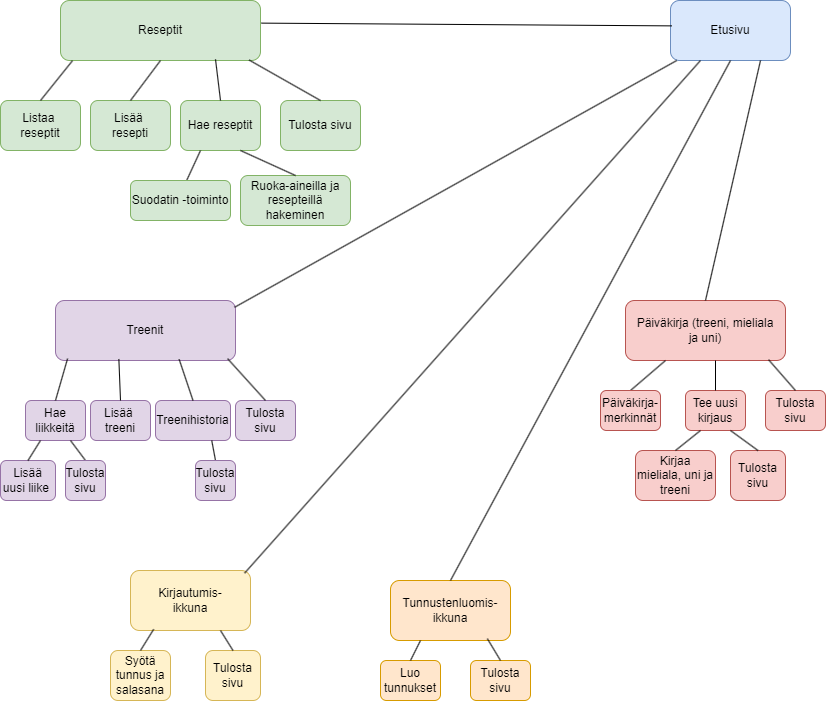
Above: Sisältökartta.drawio.png in PinjaCare/Projektity-n-kaaviot (draw.io), before the change. Source tidied: cells renumbered, new cells last; positions are measured from the earlier drawing's top-left corner, leaving out a move shared by most shapes.
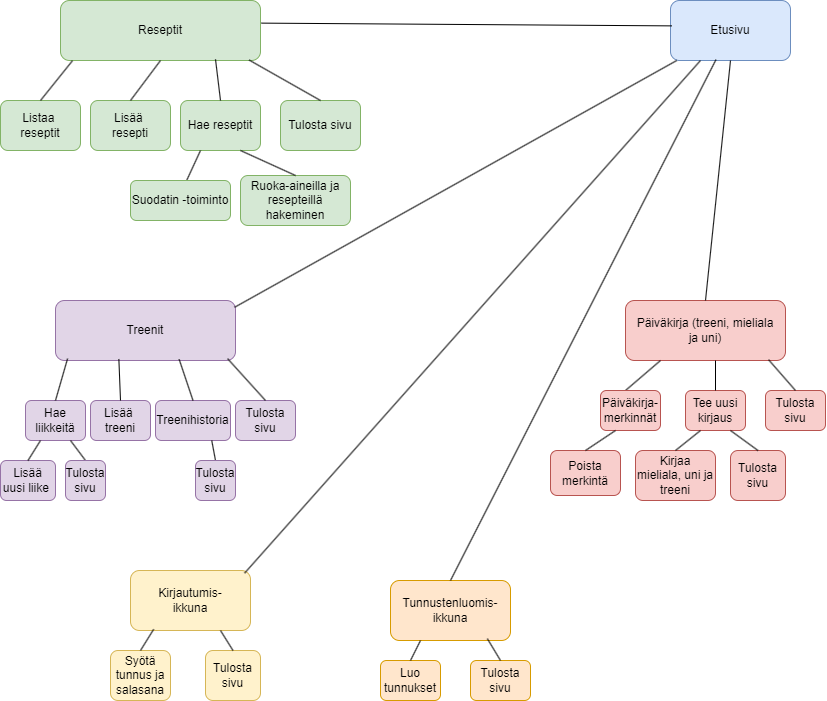
Above is the later version.

What changed in the source:
```diff
@@ -98,7 +98,7 @@
     <mxCell id="33" style="endArrow=none;html=1;rounded=0;entryX=0.995;entryY=0.113;entryDx=0;entryDy=0;entryPerimeter=0;" parent="1" edge="1" source="2" target="6">
       <mxGeometry relative="1" as="geometry" />
     </mxCell>
-    <mxCell id="34" style="endArrow=none;html=1;rounded=0;exitX=0.75;exitY=1;exitDx=0;exitDy=0;entryX=0.5;entryY=0;entryDx=0;entryDy=0;" parent="1" edge="1" source="2" target="5">
+    <mxCell id="34" style="endArrow=none;html=1;rounded=0;exitX=0.5;exitY=1;exitDx=0;exitDy=0;entryX=0.5;entryY=0;entryDx=0;entryDy=0;" parent="1" edge="1" source="2" target="5">
       <mxGeometry relative="1" as="geometry" />
     </mxCell>
     <mxCell id="35" style="endArrow=none;html=1;rounded=0;exitX=0.5;exitY=0;exitDx=0;exitDy=0;entryX=0.956;entryY=0.969;entryDx=0;entryDy=0;entryPerimeter=0;" parent="1" edge="1" source="28" target="6">
@@ -107,8 +107,11 @@
     <mxCell id="36" style="endArrow=none;html=1;rounded=0;exitX=0.5;exitY=0;exitDx=0;exitDy=0;exitPerimeter=0;entryX=0.894;entryY=0.986;entryDx=0;entryDy=0;entryPerimeter=0;" parent="1" edge="1" source="29" target="5">
       <mxGeometry relative="1" as="geometry" />
     </mxCell>
-    <mxCell id="37" style="endArrow=none;html=1;rounded=0;entryX=0.25;entryY=1;entryDx=0;entryDy=0;exitX=0.5;exitY=0;exitDx=0;exitDy=0;" parent="1" edge="1" source="42" target="5">
-      <mxGeometry relative="1" as="geometry" />
+    <mxCell id="37" style="endArrow=none;html=1;rounded=0;entryX=0.25;entryY=1;entryDx=0;entryDy=0;exitX=0.5;exitY=0;exitDx=0;exitDy=0;" parent="1" edge="1">
+      <mxGeometry relative="1" as="geometry">
+        <mxPoint x="625" y="390" as="sourcePoint" />
+        <mxPoint x="660" y="360" as="targetPoint" />
+      </mxGeometry>
     </mxCell>
     <mxCell id="38" value="Tulosta sivu" style="rounded=1;whiteSpace=wrap;html=1;fillColor=#e1d5e7;strokeColor=#9673a6;" parent="1" vertex="1">
       <mxGeometry x="65" y="460" width="40" height="40" as="geometry" />
@@ -148,7 +151,7 @@
     <mxCell id="49" style="endArrow=none;html=1;rounded=0;entryX=0.951;entryY=0.044;entryDx=0;entryDy=0;exitX=0.25;exitY=1;exitDx=0;exitDy=0;entryPerimeter=0;" parent="1" edge="1" source="2" target="4">
       <mxGeometry relative="1" as="geometry" />
     </mxCell>
-    <mxCell id="50" style="endArrow=none;html=1;rounded=0;exitX=0.5;exitY=1;exitDx=0;exitDy=0;entryX=0.5;entryY=0;entryDx=0;entryDy=0;" parent="1" edge="1" source="2" target="7">
+    <mxCell id="50" style="endArrow=none;html=1;rounded=0;exitX=0.379;exitY=0.986;exitDx=0;exitDy=0;entryX=0.5;entryY=0;entryDx=0;entryDy=0;exitPerimeter=0;" parent="1" edge="1" source="2" target="7">
       <mxGeometry relative="1" as="geometry" />
     </mxCell>
     <mxCell id="51" style="endArrow=none;html=1;rounded=0;exitX=0.5;exitY=0;exitDx=0;exitDy=0;entryX=0.807;entryY=0.969;entryDx=0;entryDy=0;entryPerimeter=0;" parent="1" edge="1" source="30" target="7">
@@ -169,5 +172,11 @@
     <mxCell id="56" style="endArrow=none;html=1;rounded=0;exitX=0.5;exitY=0;exitDx=0;exitDy=0;entryX=0.193;entryY=0.98;entryDx=0;entryDy=0;entryPerimeter=0;" parent="1" edge="1" source="55" target="4">
       <mxGeometry relative="1" as="geometry" />
     </mxCell>
+    <mxCell id="57" value="Poista merkintä" style="rounded=1;whiteSpace=wrap;html=1;fillColor=#f8cecc;strokeColor=#b85450;" parent="1" vertex="1">
+      <mxGeometry x="550" y="450" width="70" height="45" as="geometry" />
+    </mxCell>
+    <mxCell id="58" style="endArrow=none;html=1;rounded=0;entryX=0.25;entryY=1;entryDx=0;entryDy=0;exitX=0.5;exitY=0;exitDx=0;exitDy=0;" parent="1" edge="1" source="57" target="42">
+      <mxGeometry relative="1" as="geometry" />
+    </mxCell>
   </root>
 </mxGraphModel>
```
